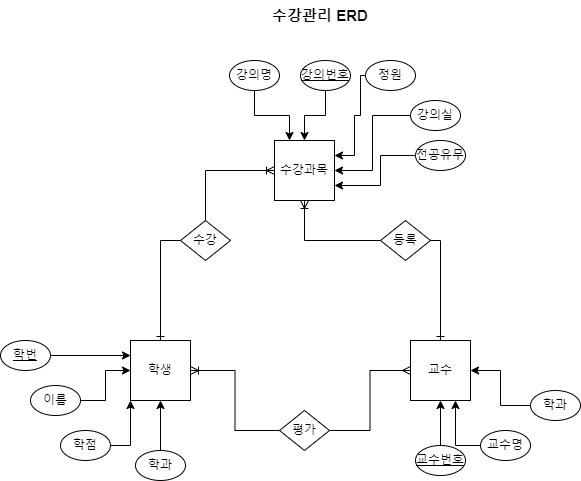
Before: 수강관리ERD.png, a diagram exported from draw.io (y0y00700/WebPractice). Source tidied: cells renumbered, new cells last; positions are measured from the earlier drawing's top-left corner, leaving out a move shared by most shapes.
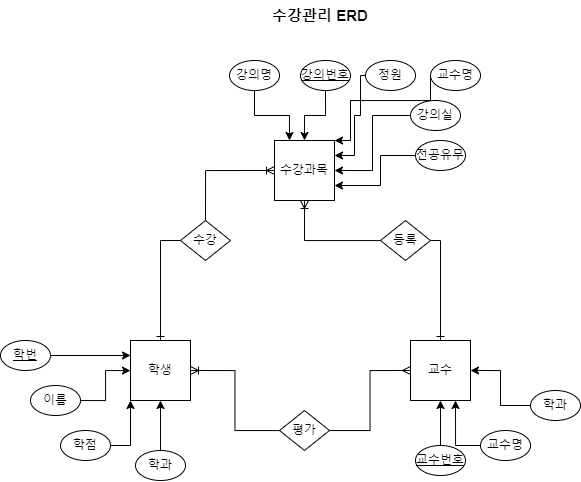
After the commit.

Commit message:
수강관리ERD.png 업데이트

The edit, as a diff of the source:
```diff
@@ -129,5 +129,17 @@
     <mxCell id="38" value="&lt;b style=&quot;font-size: 15px;&quot;&gt;수강관리 ERD&lt;/b&gt;" style="text;html=1;strokeColor=none;fillColor=none;align=center;verticalAlign=middle;whiteSpace=wrap;rounded=0;fontSize=15;" parent="1" vertex="1">
       <mxGeometry x="260" width="120" height="30" as="geometry" />
     </mxCell>
+    <mxCell id="39" style="edgeStyle=orthogonalEdgeStyle;rounded=0;jettySize=auto;html=1;exitX=0;exitY=0.5;exitDx=0;exitDy=0;entryX=1;entryY=0;entryDx=0;entryDy=0;" parent="1" edge="1" source="40" target="4">
+      <mxGeometry relative="1" as="geometry">
+        <Array as="points">
+          <mxPoint x="430" y="100" />
+          <mxPoint x="350" y="100" />
+          <mxPoint x="350" y="140" />
+        </Array>
+      </mxGeometry>
+    </mxCell>
+    <mxCell id="40" value="교수명" style="ellipse;whiteSpace=wrap;html=1;" parent="1" vertex="1">
+      <mxGeometry x="430" y="60" width="50" height="30" as="geometry" />
+    </mxCell>
   </root>
 </mxGraphModel>
```
